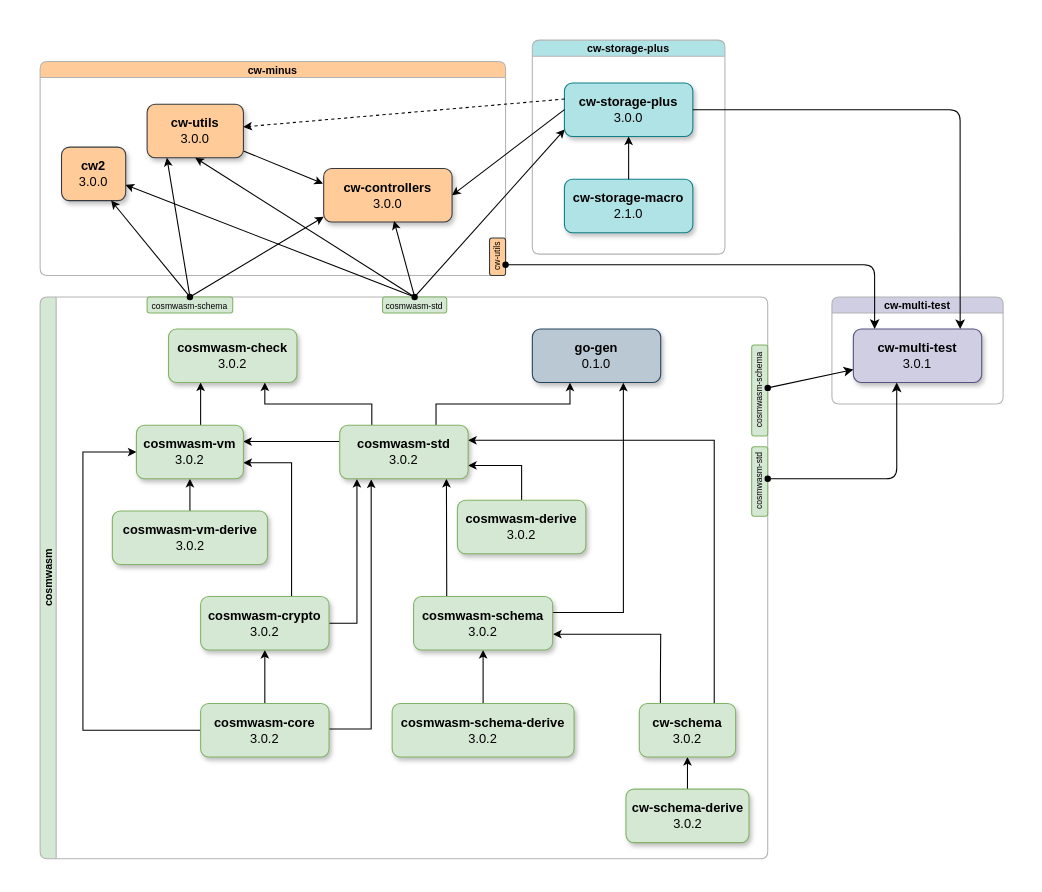
Earlier version of the draw.io diagram dependencies/all-dependencies.drawio (DariuszDepta/cosmwasm-notes). Source tidied: cells renumbered, new cells numbered last; positions are measured from the earlier drawing's top-left corner, leaving out a move shared by most shapes. Both pictures are drawn from the tidied source at 107%, with x=0, y=0 at pixel (18, 18).
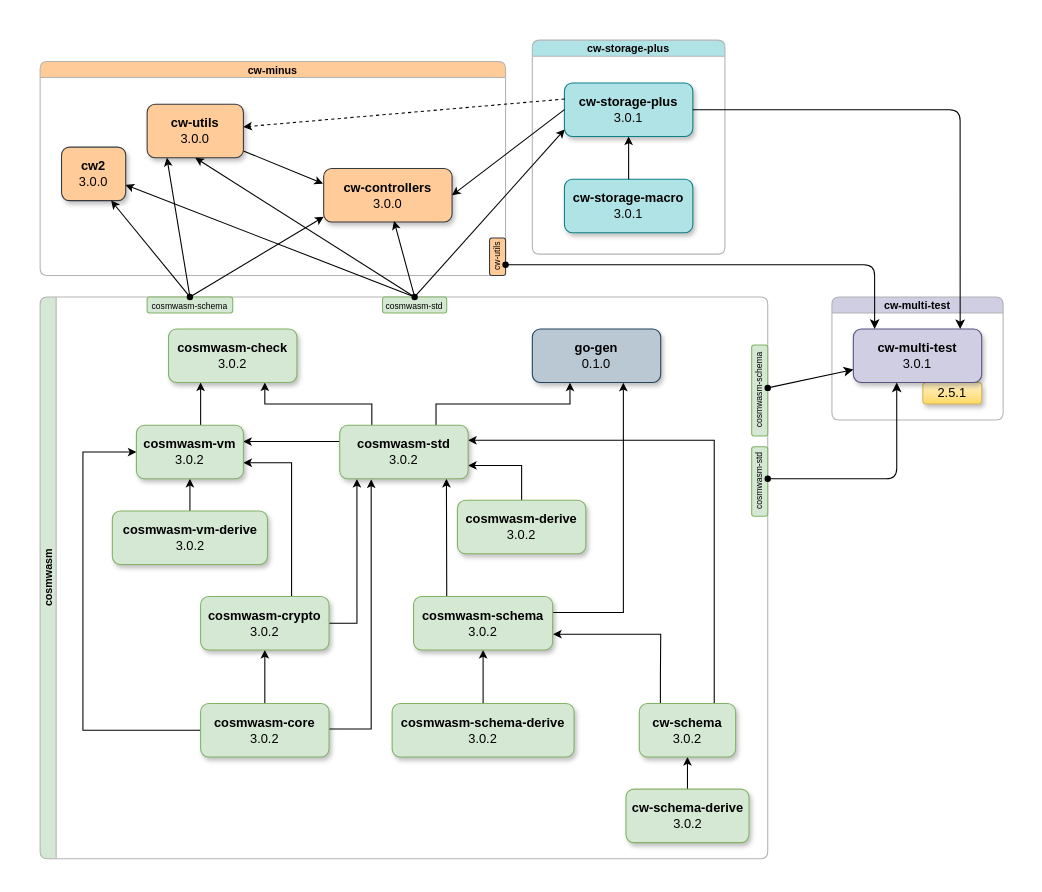
The same diagram, later.

Unchanged cells that the change refers to:
```xml
<mxCell id="2" style="swimlane;startSize=0;rounded=0;strokeColor=none;swimlaneFillColor=default;swimlaneLine=0;shadow=0;fillStyle=auto;" parent="1" vertex="1">
  <mxGeometry width="940" height="800" as="geometry" />
</mxCell>
<mxCell id="17" value="cw-storage-plus" style="swimlane;whiteSpace=wrap;html=1;rounded=1;strokeColor=#B3B3B3;fillColor=#B0E3E6;fontSize=10;startSize=15;swimlaneFillColor=default;" parent="2" vertex="1">
  <mxGeometry x="480" y="20" width="180" height="200" as="geometry" />
</mxCell>
```

Change to the diagram source:
```diff
@@
     <mxCell id="3" value="cw-multi-test" style="swimlane;whiteSpace=wrap;html=1;fillColor=#D0CEE2;rounded=1;strokeColor=#B3B3B3;fontSize=10;startSize=15;swimlaneFillColor=default;" parent="2" vertex="1">
-      <mxGeometry x="760" y="260" width="160" height="100" as="geometry" />
+      <mxGeometry x="760" y="260" width="160" height="115" as="geometry" />
     </mxCell>
+    <mxCell id="67" value="&lt;div&gt;2.5.1&lt;/div&gt;" style="rounded=1;whiteSpace=wrap;html=1;fillColor=#fff2cc;strokeColor=#d6b656;shadow=1;align=center;verticalAlign=middle;fontFamily=Helvetica;fontSize=12;gradientColor=#ffd966;" parent="3" vertex="1">
+      <mxGeometry x="85" y="80" width="55" height="20" as="geometry" />
+    </mxCell>
@@
-    <mxCell id="18" value="&lt;b&gt;cw-storage-plus&lt;/b&gt;&lt;div&gt;&lt;div&gt;3.0.0&lt;/div&gt;&lt;/div&gt;" style="rounded=1;whiteSpace=wrap;html=1;fillColor=#b0e3e6;strokeColor=#0e8088;shadow=1;" parent="17" vertex="1">
+    <mxCell id="18" value="&lt;b&gt;cw-storage-plus&lt;/b&gt;&lt;div&gt;&lt;div&gt;3.0.1&lt;/div&gt;&lt;/div&gt;" style="rounded=1;whiteSpace=wrap;html=1;fillColor=#b0e3e6;strokeColor=#0e8088;shadow=1;" parent="17" vertex="1">
       <mxGeometry x="30" y="40" width="120" height="50" as="geometry" />
     </mxCell>
-    <mxCell id="19" value="&lt;b&gt;cw-storage-macro&lt;/b&gt;&lt;div&gt;&lt;div&gt;2.1.0&lt;/div&gt;&lt;/div&gt;" style="rounded=1;whiteSpace=wrap;html=1;fillColor=#b0e3e6;strokeColor=#0e8088;shadow=1;" parent="17" vertex="1">
+    <mxCell id="19" value="&lt;b&gt;cw-storage-macro&lt;/b&gt;&lt;div&gt;&lt;div&gt;3.0.1&lt;/div&gt;&lt;/div&gt;" style="rounded=1;whiteSpace=wrap;html=1;fillColor=#b0e3e6;strokeColor=#0e8088;shadow=1;" parent="17" vertex="1">
       <mxGeometry x="30" y="130" width="120" height="50" as="geometry" />
     </mxCell>
```
